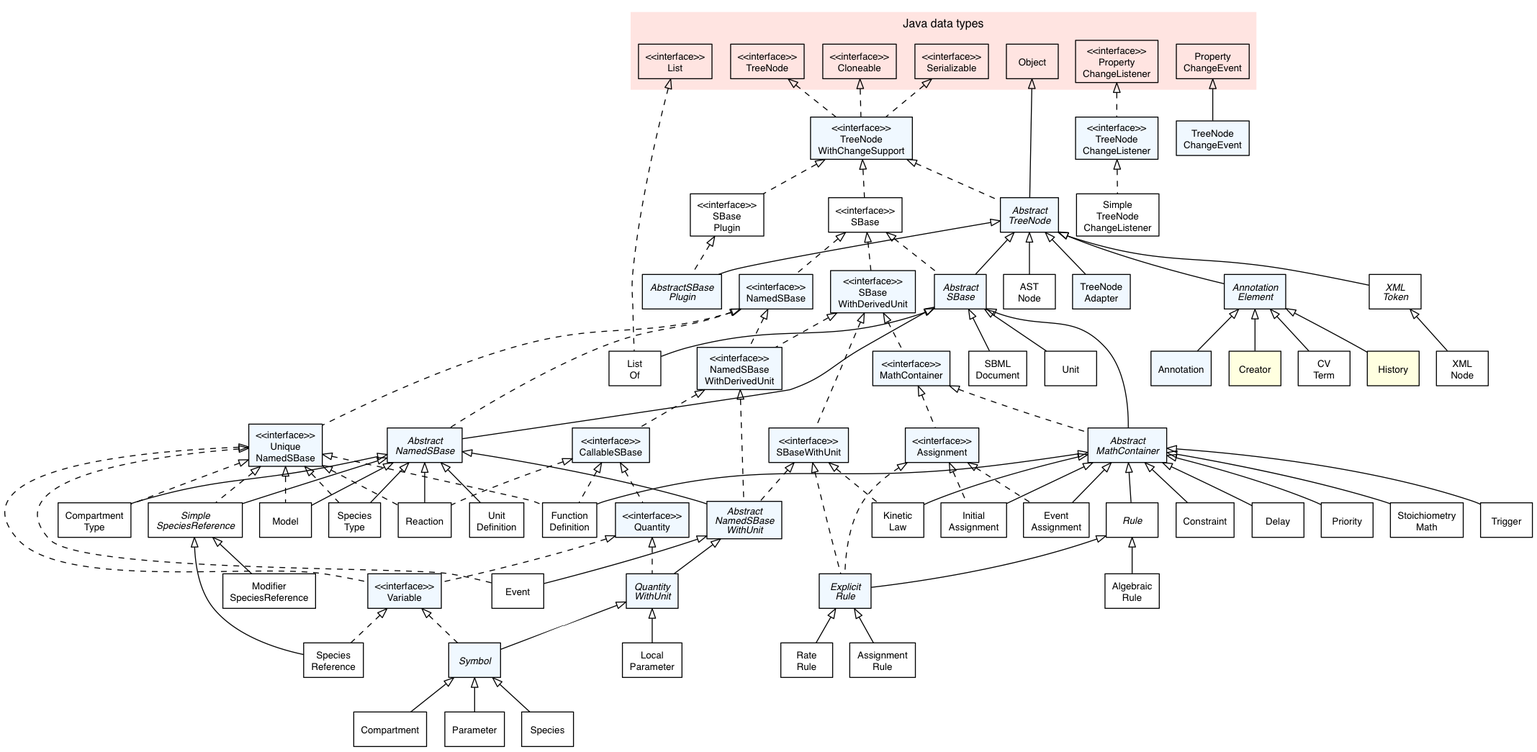
ChavaVennela/jsbml keeps this Graphviz diagram as doc/common/img/FullTypeHierarchy.png. Above is the earlier version. Its source is kept beside it as doc/common/img/FullTypeHierarchy.dot. Its diagram source:
```dot

/*
 * Overview of the core type hierarchy
 */

strict digraph G{

	nodesep=0.25;
	ranksep=0.5;
	margin=0.01;

	edge [
	  fontname="Helvetica",
	  fontsize=10,
	  labelfontname="Helvetica",
	  labelfontsize=10
	];
	node [
	  fontname="Helvetica",
	  fontsize=10,
	  shape=box
	];


  /*******************
   * Java base types *
   *******************/

  subgraph clusterJava {
    fontname="Helvetica";
    fontsize=12;
    style="filled";
    fillcolor="#FFE4E1"
    color="#ffffff"
    label="Java data types";
    labelloc=t;
    labeljust=c;

    Cloneable                              [label="<<interface>>\nCloneable"];
    List                                   [label="<<interface>>\nList"];
    PropertyChangeListener                 [label="<<interface>>\nProperty\nChangeListener"];
    Serializable                           [label="<<interface>>\nSerializable"];
    TreeNode                               [label="<<interface>>\nTreeNode"];

    Object                                 [label="Object"];
    PropertyChangeEvent                    [label="Property\nChangeEvent"];
  }

  /*
   * Interfaces
   */

  Assignment                               [label="<<interface>>\nAssignment", style="filled", fillcolor="#F0F8FF"];
  CallableSBase                            [label="<<interface>>\nCallableSBase", style="filled", fillcolor="#F0F8FF"];
  MathContainer                            [label="<<interface>>\nMathContainer", style="filled", fillcolor="#F0F8FF"];
  NamedSBase                               [label="<<interface>>\nNamedSBase", style="filled", fillcolor="#F0F8FF"];
  NamedSBaseWithDerivedUnit                [label="<<interface>>\nNamedSBase\nWithDerivedUnit", style="filled", fillcolor="#F0F8FF"];
  Quantity                                 [label="<<interface>>\nQuantity", style="filled", fillcolor="#F0F8FF"];
  SBaseWithDerivedUnit                     [label="<<interface>>\nSBase\nWithDerivedUnit", style="filled", fillcolor="#F0F8FF"];
  SBaseWithUnit                            [label="<<interface>>\nSBaseWithUnit", style="filled", fillcolor="#F0F8FF"];
  SBase                                    [label="<<interface>>\nSBase"];
  SBasePlugin                              [label="<<interface>>\nSBase\nPlugin"];
  TreeNodeChangeListener                   [label="<<interface>>\nTreeNode\nChangeListener", style="filled", fillcolor="#F0F8FF"];
  TreeNodeWithChangeSupport                [label="<<interface>>\nTreeNode\nWithChangeSupport", style="filled", fillcolor="#F0F8FF"];
  UniqueNamedSBase                         [label="<<interface>>\nUnique\nNamedSBase", style="filled", fillcolor="#F0F8FF"];
  Variable                                 [label="<<interface>>\nVariable", style="filled", fillcolor="#F0F8FF"];

  /*
   * Abstract data types
   */

  AbstractMathContainer                    [label=<<font face="Helvetica-Oblique">Abstract<br/>MathContainer</font>>, style="filled", fillcolor="#F0F8FF"];
  AbstractNamedSBase                       [label=<<font face="Helvetica-Oblique">Abstract<br/>NamedSBase</font>>, style="filled", fillcolor="#F0F8FF"];
  AbstractNamedSBaseWithUnit               [label=<<font face="Helvetica-Oblique">Abstract<br/>NamedSBase<br/>WithUnit</font>>, style="filled", fillcolor="#F0F8FF"];
  AbstractSBase                            [label=<<font face="Helvetica-Oblique">Abstract<br/>SBase</font>>, style="filled", fillcolor="#F0F8FF"];
  AbstractSBasePlugin                      [label=<<font face="Helvetica-Oblique">AbstractSBase<br/>Plugin</font>>, style="filled", fillcolor="#F0F8FF"];
  AbstractTreeNode                         [label=<<font face="Helvetica-Oblique">Abstract<br/>TreeNode</font>>, style="filled", fillcolor="#F0F8FF"];
  AnnotationElement                        [label=<<font face="Helvetica-Oblique">Annotation<br/>Element</font>>, style="filled", fillcolor="#F0F8FF"];
  ExplicitRule                             [label=<<font face="Helvetica-Oblique">Explicit<br/>Rule</font>>, style="filled", fillcolor="#F0F8FF"];
  Rule                                     [label=<<font face="Helvetica-Oblique">Rule</font>>];
  SimpleSpeciesReference                   [label=<<font face="Helvetica-Oblique">Simple<br/>SpeciesReference</font>>];
  QuantityWithUnit                         [label=<<font face="Helvetica-Oblique">Quantity<br/>WithUnit</font>>, style="filled", fillcolor="#F0F8FF"];
  Symbol                                   [label=<<font face="Helvetica-Oblique">Symbol</font>>, style="filled", fillcolor="#F0F8FF"];
  XMLToken                                 [label=<<font face="Helvetica-Oblique">XML<br/>Token</font>>];

  /*
   * Objects
   */

  AlgebraicRule                            [label="Algebraic\nRule"];
  Annotation                               [label="Annotation", style="filled", fillcolor="#F0F8FF"];
  AssignmentRule                           [label="Assignment\nRule"];
  ASTNode                                  [label="AST\nNode"];
  Compartment                              [label="Compartment"];
  CompartmentType                          [label="Compartment\nType"];
  Constraint                               [label="Constraint"]
  Creator                                  [label="Creator", style="filled", fillcolor="#FFFFE0"];
  CVTerm                                   [label="CV\nTerm"];
  Delay                                    [label="Delay"];
  Event                                    [label="Event"];
  EventAssignment                          [label="Event\nAssignment"];
  FunctionDefinition                       [label="Function\nDefinition"];
  History                                  [label="History", style="filled", fillcolor="#FFFFE0"];
  InitialAssignment                        [label="Initial\nAssignment"];
  KineticLaw                               [label="Kinetic\nLaw"];
  ListOf                                   [label="List\nOf"];
  LocalParameter                           [label="Local\nParameter"];
  Model                                    [label="Model"];
  ModifierSpeciesReference                 [label="Modifier\nSpeciesReference"];
  Parameter                                [label="Parameter"];
  Priority                                 [label="Priority"];
  RateRule                                 [label="Rate\nRule"];
  Reaction                                 [label="Reaction"];
  SBMLDocument                             [label="SBML\nDocument"];
  SimpleTreeNodeChangeListener             [label="Simple\nTreeNode\nChangeListener", fillcolor="#FFFFE0"];
  Species                                  [label="Species"];
  SpeciesReference                         [label="Species\nReference"];
  SpeciesType                              [label="Species\nType"];
  StoichiometryMath                        [label="Stoichiometry\nMath"];
  TreeNodeAdapter                          [label="TreeNode\nAdapter", style="filled", fillcolor="#F0F8FF"];
  TreeNodeChangeEvent                      [label="TreeNode\nChangeEvent", style="filled", fillcolor="#F0F8FF"];
  Trigger                                  [label="Trigger"];
  Unit                                     [label="Unit"];
  UnitDefinition                           [label="Unit\nDefinition"];
  XMLNode                                  [label="XML\nNode"];

  /*********************
   * Inheritance graph *
   *********************/

  AbstractNamedSBase         -> AbstractNamedSBaseWithUnit   [dir=back,arrowtail=empty];
  AbstractNamedSBase         -> CompartmentType              [dir=back,arrowtail=empty];
  AbstractNamedSBase         -> Model                        [dir=back,arrowtail=empty];
  AbstractNamedSBase         -> Reaction                     [dir=back,arrowtail=empty];
  AbstractNamedSBase         -> SimpleSpeciesReference       [dir=back,arrowtail=empty];
  AbstractNamedSBase         -> SpeciesType                  [dir=back,arrowtail=empty];
  AbstractNamedSBase         -> UnitDefinition               [dir=back,arrowtail=empty];
  AbstractNamedSBaseWithUnit -> Event                        [dir=back,arrowtail=empty];
  AbstractNamedSBaseWithUnit -> QuantityWithUnit             [dir=back,arrowtail=empty];
  AbstractSBase              -> AbstractMathContainer        [dir=back,arrowtail=empty];
  AbstractSBase              -> AbstractNamedSBase           [dir=back,arrowtail=empty];
  AbstractMathContainer      -> FunctionDefinition           [dir=back,arrowtail=empty];
  AbstractMathContainer      -> KineticLaw                   [dir=back,arrowtail=empty];
  AbstractSBase              -> ListOf                       [dir=back,arrowtail=empty];
  AbstractSBase              -> SBMLDocument                 [dir=back,arrowtail=empty];
  AbstractSBase              -> Unit                         [dir=back,arrowtail=empty];
  AbstractMathContainer      -> Constraint                   [dir=back,arrowtail=empty];
  AbstractMathContainer      -> Delay                        [dir=back,arrowtail=empty];
  AbstractMathContainer      -> EventAssignment              [dir=back,arrowtail=empty];
  AbstractMathContainer      -> InitialAssignment            [dir=back,arrowtail=empty];
  AbstractMathContainer      -> KineticLaw                   [dir=back,arrowtail=empty];
  AbstractMathContainer      -> Priority                     [dir=back,arrowtail=empty];
  AbstractMathContainer      -> Rule                         [dir=back,arrowtail=empty];
  AbstractMathContainer      -> StoichiometryMath            [dir=back,arrowtail=empty];
  AbstractMathContainer      -> Trigger                      [dir=back,arrowtail=empty];
  AbstractTreeNode           -> AbstractSBase                [dir=back,arrowtail=empty];
  AbstractTreeNode           -> AbstractSBasePlugin          [dir=back,arrowtail=empty];
  AbstractTreeNode           -> AnnotationElement            [dir=back,arrowtail=empty];
  AbstractTreeNode           -> ASTNode                      [dir=back,arrowtail=empty];
  AbstractTreeNode           -> TreeNodeAdapter              [dir=back,arrowtail=empty];
  AbstractTreeNode           -> XMLToken                     [dir=back,arrowtail=empty];
  AnnotationElement          -> Annotation                   [dir=back,arrowtail=empty];
  AnnotationElement          -> Creator                      [dir=back,arrowtail=empty];
  AnnotationElement          -> CVTerm                       [dir=back,arrowtail=empty];
  AnnotationElement          -> History                      [dir=back,arrowtail=empty];
  Assignment                 -> EventAssignment              [dir=back,arrowtail=empty,style=dashed];
  Assignment                 -> ExplicitRule                 [dir=back,arrowtail=empty,style=dashed];
  Assignment                 -> InitialAssignment            [dir=back,arrowtail=empty,style=dashed];
  CallableSBase              -> Quantity                     [dir=back,arrowtail=empty,style=dashed];
  CallableSBase              -> FunctionDefinition           [dir=back,arrowtail=empty,style=dashed];
  CallableSBase              -> Reaction                     [dir=back,arrowtail=empty,style=dashed];
  Cloneable                  -> TreeNodeWithChangeSupport    [dir=back,arrowtail=empty,style=dashed];
  ExplicitRule               -> AssignmentRule               [dir=back,arrowtail=empty];
  ExplicitRule               -> RateRule                     [dir=back,arrowtail=empty];
  List                       -> ListOf                       [dir=back,arrowtail=empty,style=dashed];
  MathContainer              -> AbstractMathContainer        [dir=back,arrowtail=empty,style=dashed];
  MathContainer              -> Assignment                   [dir=back,arrowtail=empty,style=dashed];
  NamedSBase                 -> AbstractNamedSBase           [dir=back,arrowtail=empty,style=dashed];
  NamedSBase                 -> NamedSBaseWithDerivedUnit    [dir=back,arrowtail=empty,style=dashed];
  NamedSBase                 -> UniqueNamedSBase             [dir=back,arrowtail=empty,style=dashed];
  NamedSBaseWithDerivedUnit  -> AbstractNamedSBaseWithUnit   [dir=back,arrowtail=empty,style=dashed];
  NamedSBaseWithDerivedUnit  -> CallableSBase                [dir=back,arrowtail=empty,style=dashed];
  Object                     -> AbstractTreeNode             [dir=back,arrowtail=empty];
  PropertyChangeEvent        -> TreeNodeChangeEvent          [dir=back,arrowtail=empty];
  PropertyChangeListener     -> TreeNodeChangeListener       [dir=back,arrowtail=empty,style=dashed];
  Quantity                   -> QuantityWithUnit             [dir=back,arrowtail=empty,style=dashed];
  Quantity                   -> Variable                     [dir=back,arrowtail=empty,style=dashed];
  QuantityWithUnit           -> LocalParameter               [dir=back,arrowtail=empty];
  QuantityWithUnit           -> Symbol                       [dir=back,arrowtail=empty];
  Rule                       -> AlgebraicRule                [dir=back,arrowtail=empty];
  Rule                       -> ExplicitRule                 [dir=back,arrowtail=empty];
  SBase                      -> AbstractSBase                [dir=back,arrowtail=empty,style=dashed];
  SBase                      -> NamedSBase                   [dir=back,arrowtail=empty,style=dashed];
  SBase                      -> SBaseWithDerivedUnit         [dir=back,arrowtail=empty,style=dashed];
  SBasePlugin                -> AbstractSBasePlugin          [dir=back,arrowtail=empty,style=dashed];
  SBaseWithDerivedUnit       -> MathContainer                [dir=back,arrowtail=empty,style=dashed];
  SBaseWithDerivedUnit       -> NamedSBaseWithDerivedUnit    [dir=back,arrowtail=empty,style=dashed];
  SBaseWithDerivedUnit       -> SBaseWithUnit                [dir=back,arrowtail=empty,style=dashed];
  SBaseWithUnit              -> AbstractNamedSBaseWithUnit   [dir=back,arrowtail=empty,style=dashed];
  SBaseWithUnit              -> ExplicitRule                 [dir=back,arrowtail=empty,style=dashed];
  SBaseWithUnit              -> KineticLaw                   [dir=back,arrowtail=empty,style=dashed];
  SimpleSpeciesReference     -> ModifierSpeciesReference     [dir=back,arrowtail=empty];
  SimpleSpeciesReference     -> SpeciesReference             [dir=back,arrowtail=empty];
  Serializable               -> TreeNodeWithChangeSupport    [dir=back,arrowtail=empty,style=dashed];
  Symbol                     -> Compartment                  [dir=back,arrowtail=empty];
  Symbol                     -> Parameter                    [dir=back,arrowtail=empty];
  Symbol                     -> Species                      [dir=back,arrowtail=empty];
  TreeNode                   -> TreeNodeWithChangeSupport    [dir=back,arrowtail=empty,style=dashed];
  TreeNodeChangeListener     -> SimpleTreeNodeChangeListener [dir=back,arrowtail=empty,style=dashed];
  TreeNodeWithChangeSupport  -> AbstractTreeNode             [dir=back,arrowtail=empty,style=dashed];
  TreeNodeWithChangeSupport  -> SBase                        [dir=back,arrowtail=empty,style=dashed];
  TreeNodeWithChangeSupport  -> SBasePlugin                  [dir=back,arrowtail=empty,style=dashed];
  UniqueNamedSBase           -> CompartmentType              [dir=back,arrowtail=empty,style=dashed];
  UniqueNamedSBase           -> Event                        [dir=back,arrowtail=empty,style=dashed];
  UniqueNamedSBase           -> FunctionDefinition           [dir=back,arrowtail=empty,style=dashed];
  UniqueNamedSBase           -> Model                        [dir=back,arrowtail=empty,style=dashed];
  UniqueNamedSBase           -> Reaction                     [dir=back,arrowtail=empty,style=dashed];
  UniqueNamedSBase           -> SimpleSpeciesReference       [dir=back,arrowtail=empty,style=dashed];
  UniqueNamedSBase           -> SpeciesType                  [dir=back,arrowtail=empty,style=dashed];
  UniqueNamedSBase           -> Variable                     [dir=back,arrowtail=empty,style=dashed];
  Variable                   -> SpeciesReference             [dir=back,arrowtail=empty,style=dashed];
  Variable                   -> Symbol                       [dir=back,arrowtail=empty,style=dashed];
  XMLToken                   -> XMLNode                      [dir=back,arrowtail=empty];

}
```
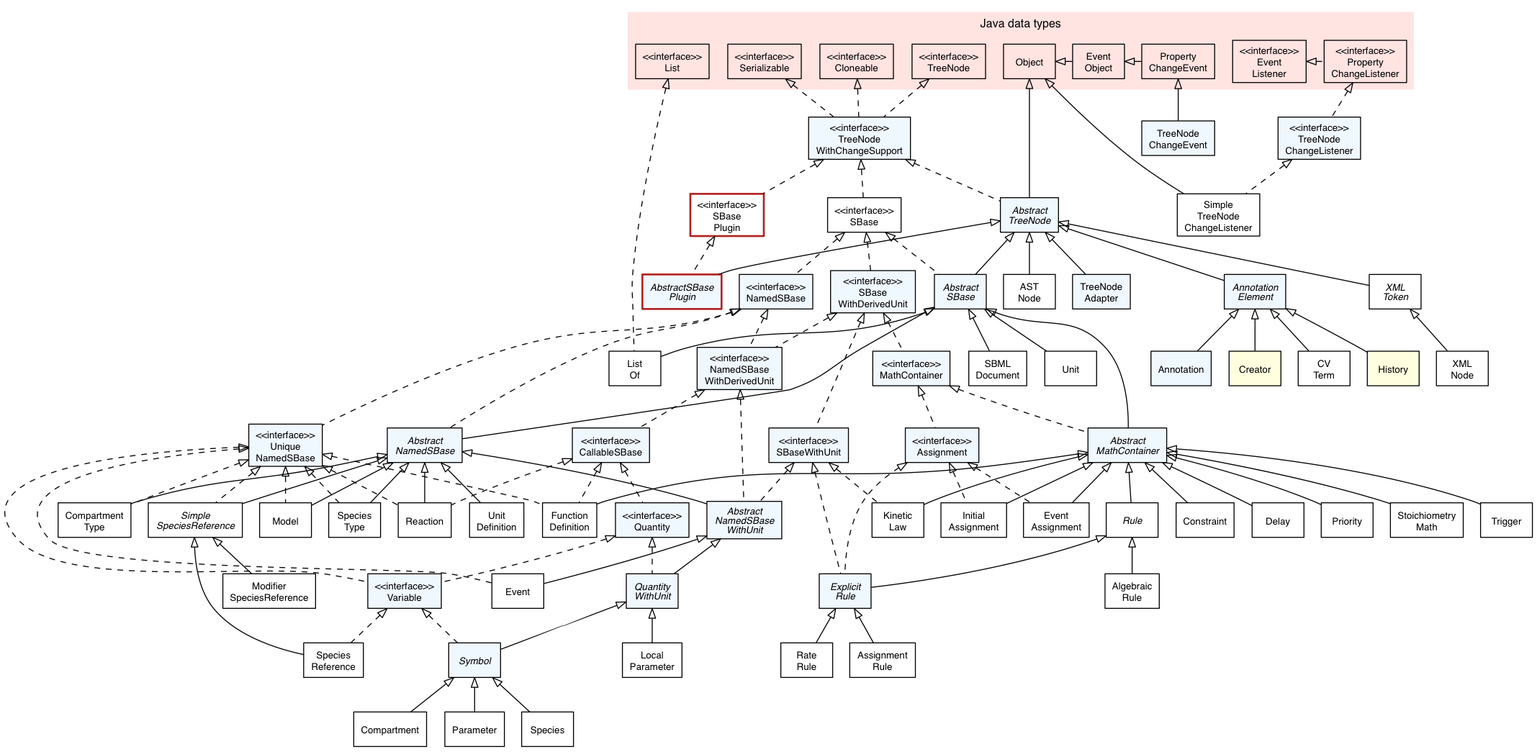
After the commit.

What changed in the source:
```diff
@@ -37,13 +37,17 @@
     labeljust=c;
 
     Cloneable                              [label="<<interface>>\nCloneable"];
+    EventListener                          [label="<<interface>>\nEvent\nListener"];
     List                                   [label="<<interface>>\nList"];
     PropertyChangeListener                 [label="<<interface>>\nProperty\nChangeListener"];
     Serializable                           [label="<<interface>>\nSerializable"];
     TreeNode                               [label="<<interface>>\nTreeNode"];
 
     Object                                 [label="Object"];
+    EventObject                            [label="Event\nObject"];
     PropertyChangeEvent                    [label="Property\nChangeEvent"];
+
+    {rank="same"; Object; EventObject; PropertyChangeEvent; EventListener; PropertyChangeListener}
   }
 
   /*
@@ -59,7 +63,7 @@
   SBaseWithDerivedUnit                     [label="<<interface>>\nSBase\nWithDerivedUnit", style="filled", fillcolor="#F0F8FF"];
   SBaseWithUnit                            [label="<<interface>>\nSBaseWithUnit", style="filled", fillcolor="#F0F8FF"];
   SBase                                    [label="<<interface>>\nSBase"];
-  SBasePlugin                              [label="<<interface>>\nSBase\nPlugin"];
+  SBasePlugin                              [label="<<interface>>\nSBase\nPlugin", color="firebrick", style="setlinewidth(2)"];
   TreeNodeChangeListener                   [label="<<interface>>\nTreeNode\nChangeListener", style="filled", fillcolor="#F0F8FF"];
   TreeNodeWithChangeSupport                [label="<<interface>>\nTreeNode\nWithChangeSupport", style="filled", fillcolor="#F0F8FF"];
   UniqueNamedSBase                         [label="<<interface>>\nUnique\nNamedSBase", style="filled", fillcolor="#F0F8FF"];
@@ -73,7 +77,7 @@
   AbstractNamedSBase                       [label=<<font face="Helvetica-Oblique">Abstract<br/>NamedSBase</font>>, style="filled", fillcolor="#F0F8FF"];
   AbstractNamedSBaseWithUnit               [label=<<font face="Helvetica-Oblique">Abstract<br/>NamedSBase<br/>WithUnit</font>>, style="filled", fillcolor="#F0F8FF"];
   AbstractSBase                            [label=<<font face="Helvetica-Oblique">Abstract<br/>SBase</font>>, style="filled", fillcolor="#F0F8FF"];
-  AbstractSBasePlugin                      [label=<<font face="Helvetica-Oblique">AbstractSBase<br/>Plugin</font>>, style="filled", fillcolor="#F0F8FF"];
+  AbstractSBasePlugin                      [label=<<font face="Helvetica-Oblique">AbstractSBase<br/>Plugin</font>>, style="filled,setlinewidth(2)", fillcolor="#F0F8FF", color="firebrick"];
   AbstractTreeNode                         [label=<<font face="Helvetica-Oblique">Abstract<br/>TreeNode</font>>, style="filled", fillcolor="#F0F8FF"];
   AnnotationElement                        [label=<<font face="Helvetica-Oblique">Annotation<br/>Element</font>>, style="filled", fillcolor="#F0F8FF"];
   ExplicitRule                             [label=<<font face="Helvetica-Oblique">Explicit<br/>Rule</font>>, style="filled", fillcolor="#F0F8FF"];
@@ -170,6 +174,9 @@
   CallableSBase              -> FunctionDefinition           [dir=back,arrowtail=empty,style=dashed];
   CallableSBase              -> Reaction                     [dir=back,arrowtail=empty,style=dashed];
   Cloneable                  -> TreeNodeWithChangeSupport    [dir=back,arrowtail=empty,style=dashed];
+  EventObject                -> PropertyChangeEvent          [dir=back,arrowtail=empty];
+  EventListener              -> PropertyChangeEvent          [style=invis]; // Helper for better layout
+  EventListener              -> PropertyChangeListener       [dir=back,arrowtail=empty,style=dashed];
   ExplicitRule               -> AssignmentRule               [dir=back,arrowtail=empty];
   ExplicitRule               -> RateRule                     [dir=back,arrowtail=empty];
   List                       -> ListOf                       [dir=back,arrowtail=empty,style=dashed];
@@ -181,6 +188,8 @@
   NamedSBaseWithDerivedUnit  -> AbstractNamedSBaseWithUnit   [dir=back,arrowtail=empty,style=dashed];
   NamedSBaseWithDerivedUnit  -> CallableSBase                [dir=back,arrowtail=empty,style=dashed];
   Object                     -> AbstractTreeNode             [dir=back,arrowtail=empty];
+  Object                     -> EventObject                  [dir=back,arrowtail=empty];
+  Object                     -> SimpleTreeNodeChangeListener [dir=back,arrowtail=empty];
   PropertyChangeEvent        -> TreeNodeChangeEvent          [dir=back,arrowtail=empty];
   PropertyChangeListener     -> TreeNodeChangeListener       [dir=back,arrowtail=empty,style=dashed];
   Quantity                   -> QuantityWithUnit             [dir=back,arrowtail=empty,style=dashed];
```
